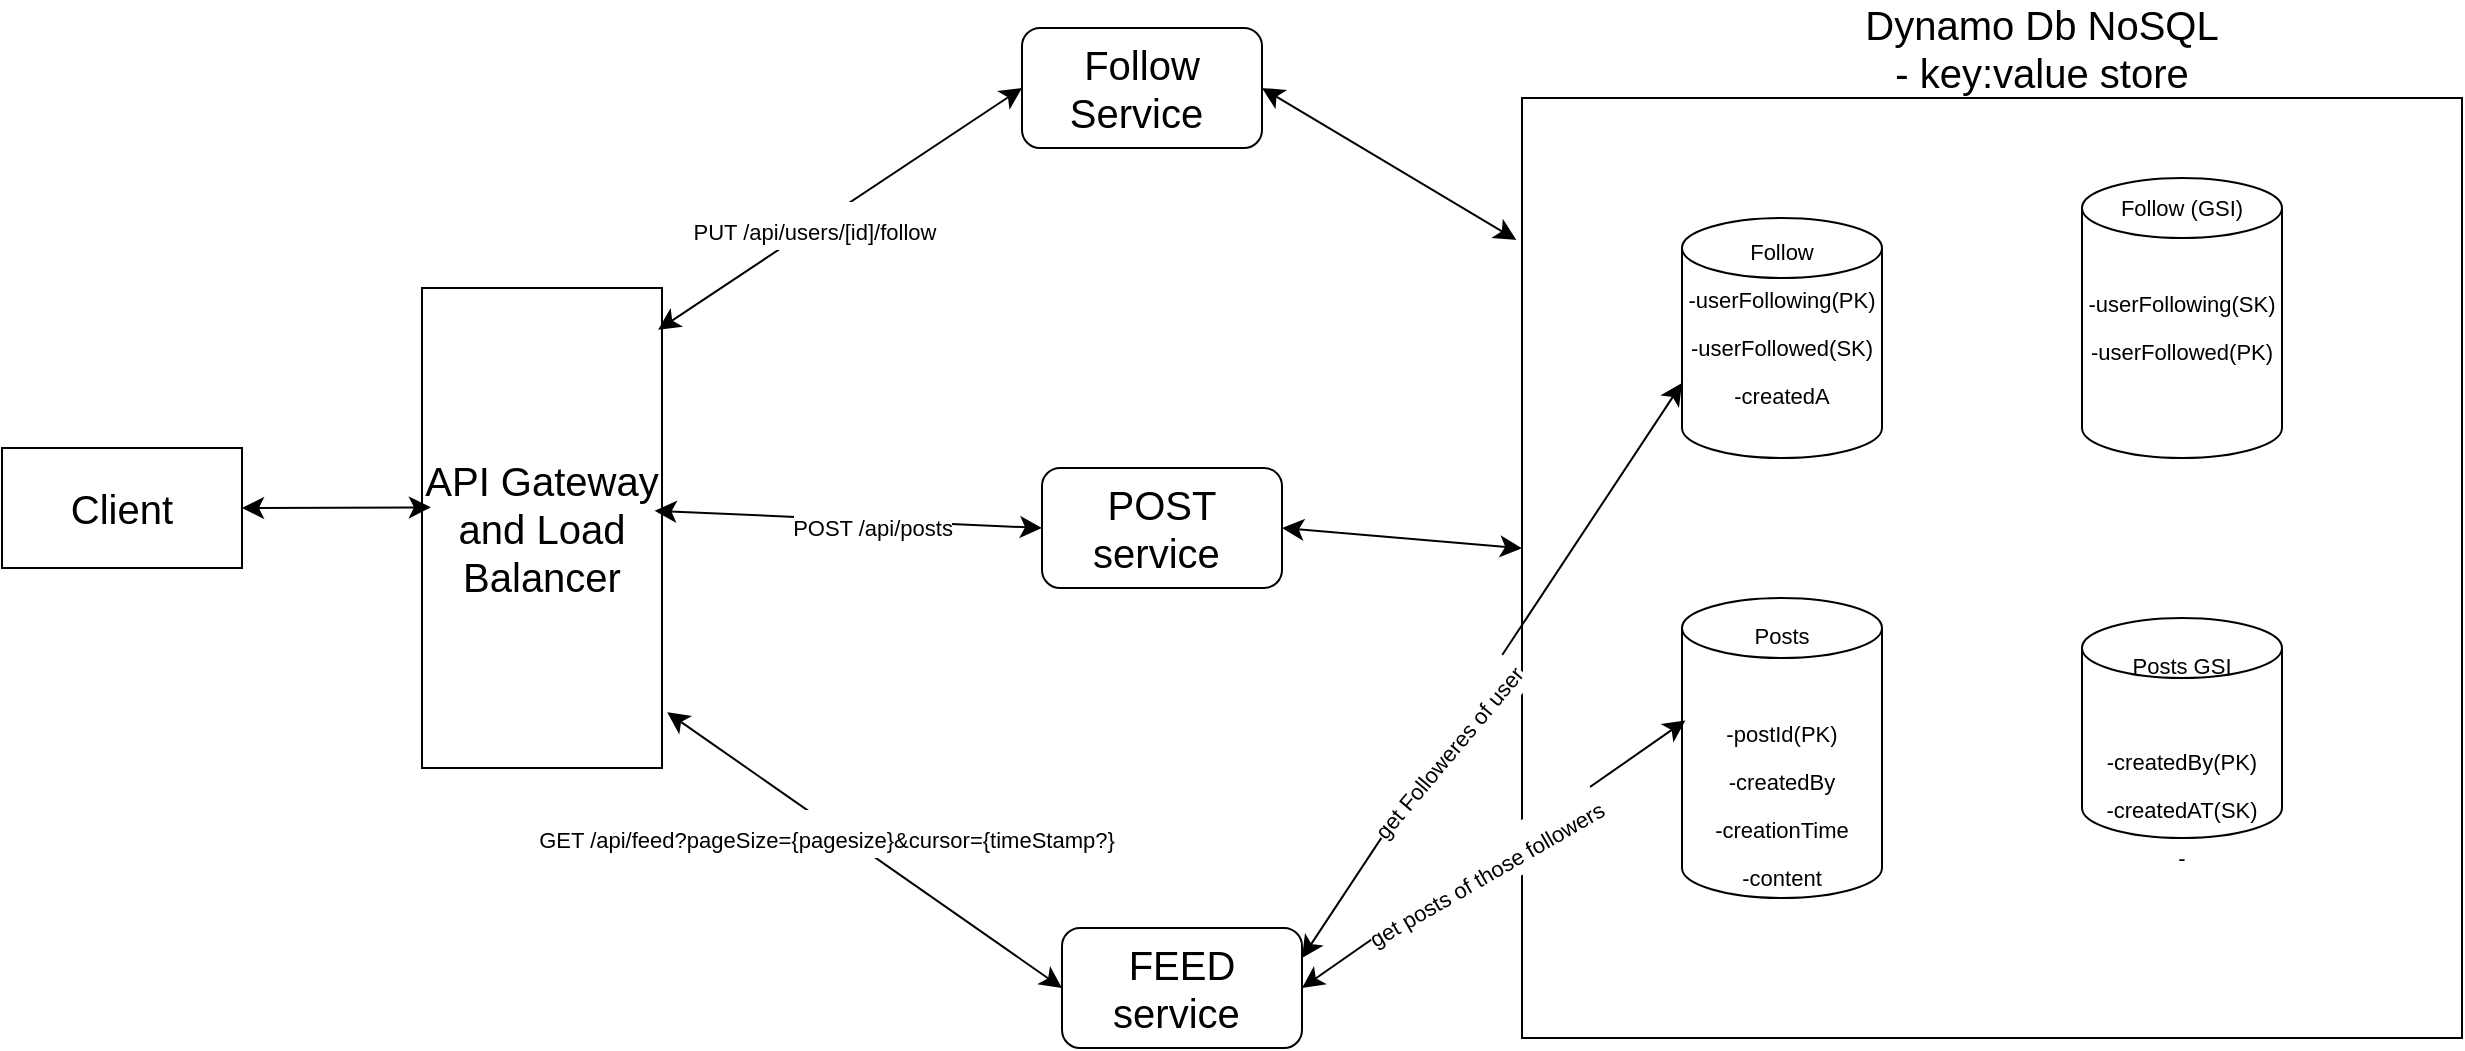
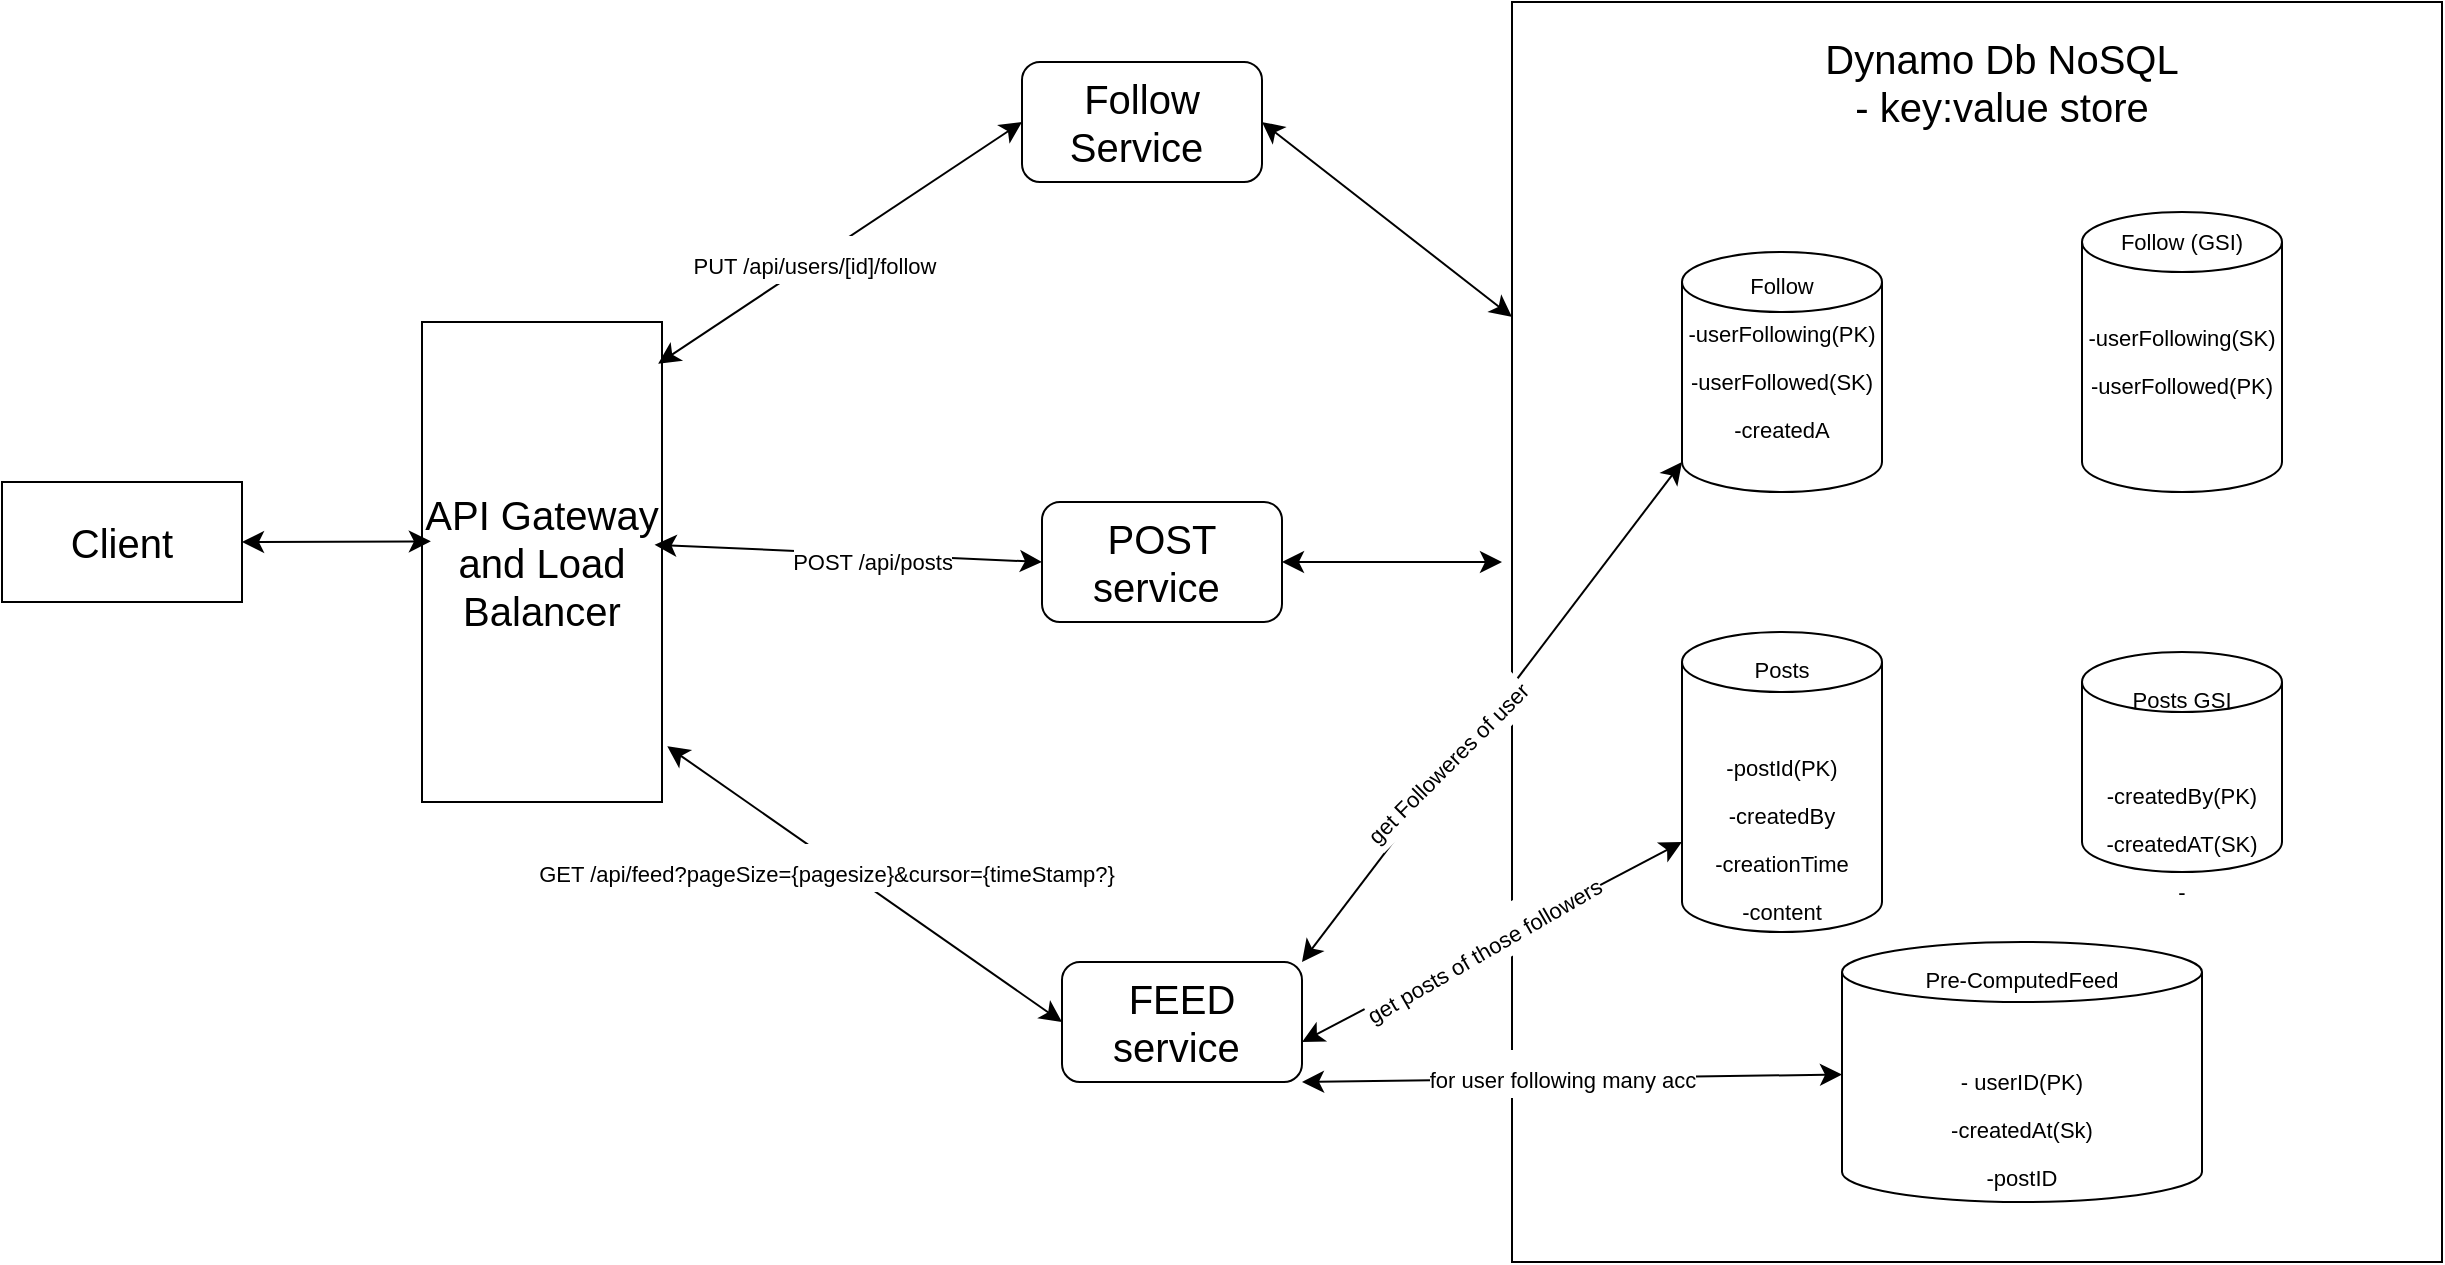
<mxfile host="app.diagrams.net">
  <diagram name="Page-1" id="RxG0eO6UkBBKH0Q4oEK4">
    <mxGraphModel dx="2052" dy="925" grid="1" gridSize="10" guides="1" tooltips="1" connect="1" arrows="1" fold="1" page="0" pageScale="1" pageWidth="850" pageHeight="1100" math="0" shadow="0">
      <root>
        <mxCell id="0" />
        <mxCell id="1" parent="0" />
        <mxCell id="PCgyEq0fViq9QOyIJcGH-1" parent="1" style="rounded=0;whiteSpace=wrap;html=1;fontSize=20;" value="Client" vertex="1">
          <mxGeometry height="60" width="120" x="-100" y="300" as="geometry" />
        </mxCell>
        <mxCell id="PCgyEq0fViq9QOyIJcGH-2" parent="1" style="rounded=0;whiteSpace=wrap;html=1;fontSize=20;" value="API Gateway and Load Balancer" vertex="1">
          <mxGeometry height="240" width="120" x="110" y="220" as="geometry" />
        </mxCell>
        <mxCell id="PCgyEq0fViq9QOyIJcGH-3" parent="1" style="rounded=1;whiteSpace=wrap;html=1;fontSize=20;" value="POST service&amp;nbsp;" vertex="1">
          <mxGeometry height="60" width="120" x="420" y="310" as="geometry" />
        </mxCell>
        <mxCell id="PCgyEq0fViq9QOyIJcGH-4" parent="1" style="rounded=1;whiteSpace=wrap;html=1;fontSize=20;" value="Follow Service&amp;nbsp;" vertex="1">
          <mxGeometry height="60" width="120" x="410" y="90" as="geometry" />
        </mxCell>
        <mxCell id="PCgyEq0fViq9QOyIJcGH-5" parent="1" style="rounded=1;whiteSpace=wrap;html=1;fontSize=20;" value="FEED service&amp;nbsp;" vertex="1">
          <mxGeometry height="60" width="120" x="430" y="540" as="geometry" />
        </mxCell>
-         <mxCell id="PCgyEq0fViq9QOyIJcGH-6" parent="1" style="whiteSpace=wrap;html=1;aspect=fixed;fontSize=20;" value="" vertex="1">
-           <mxGeometry height="470" width="470" x="660" y="125" as="geometry" />
-         </mxCell>
        <mxCell id="PCgyEq0fViq9QOyIJcGH-7" edge="1" parent="1" source="PCgyEq0fViq9QOyIJcGH-1" style="edgeStyle=none;orthogonalLoop=1;jettySize=auto;html=1;endArrow=classic;startArrow=classic;endSize=8;startSize=8;fontSize=20;entryX=0.037;entryY=0.457;entryDx=0;entryDy=0;entryPerimeter=0;exitX=1;exitY=0.5;exitDx=0;exitDy=0;" target="PCgyEq0fViq9QOyIJcGH-2" value="">
          <mxGeometry relative="1" width="100" as="geometry">
            <Array as="points" />
            <mxPoint x="20" y="340" as="sourcePoint" />
            <mxPoint x="100" y="350" as="targetPoint" />
          </mxGeometry>
+         </mxCell>
+         <mxCell id="PCgyEq0fViq9QOyIJcGH-29" parent="1" style="rounded=0;whiteSpace=wrap;html=1;fontSize=20;" value="" vertex="1">
+           <mxGeometry height="630" width="465" x="655" y="60" as="geometry" />
        </mxCell>
        <mxCell id="PCgyEq0fViq9QOyIJcGH-8" edge="1" parent="1" source="PCgyEq0fViq9QOyIJcGH-2" style="edgeStyle=none;orthogonalLoop=1;jettySize=auto;html=1;endArrow=classic;startArrow=classic;endSize=8;startSize=8;fontSize=20;exitX=0.984;exitY=0.087;exitDx=0;exitDy=0;exitPerimeter=0;entryX=0;entryY=0.5;entryDx=0;entryDy=0;" target="PCgyEq0fViq9QOyIJcGH-4" value="">
          <mxGeometry relative="1" width="100" as="geometry">
            <Array as="points" />
            <mxPoint x="240" y="250" as="sourcePoint" />
            <mxPoint x="340" y="250" as="targetPoint" />
          </mxGeometry>
        </mxCell>
        <mxCell id="PCgyEq0fViq9QOyIJcGH-12" connectable="0" parent="PCgyEq0fViq9QOyIJcGH-8" style="edgeLabel;html=1;align=center;verticalAlign=middle;resizable=0;points=[];fontSize=20;" value="&lt;font style=&quot;font-size: 11px;&quot;&gt;PUT /api/users/[id]/follow&lt;/font&gt;" vertex="1">
          <mxGeometry relative="1" x="-0.136" y="1" as="geometry">
            <mxPoint as="offset" />
          </mxGeometry>
        </mxCell>
        <mxCell id="PCgyEq0fViq9QOyIJcGH-9" edge="1" parent="1" source="PCgyEq0fViq9QOyIJcGH-2" style="edgeStyle=none;orthogonalLoop=1;jettySize=auto;html=1;endArrow=classic;startArrow=classic;endSize=8;startSize=8;fontSize=20;exitX=0.969;exitY=0.464;exitDx=0;exitDy=0;exitPerimeter=0;entryX=0;entryY=0.5;entryDx=0;entryDy=0;" target="PCgyEq0fViq9QOyIJcGH-3" value="">
          <mxGeometry relative="1" width="100" as="geometry">
            <Array as="points" />
            <mxPoint x="250" y="320" as="sourcePoint" />
            <mxPoint x="350" y="320" as="targetPoint" />
          </mxGeometry>
        </mxCell>
        <mxCell id="PCgyEq0fViq9QOyIJcGH-11" connectable="0" parent="PCgyEq0fViq9QOyIJcGH-9" style="edgeLabel;html=1;align=center;verticalAlign=middle;resizable=0;points=[];fontSize=20;" value="&lt;font style=&quot;font-size: 11px;&quot;&gt;POST /api/posts&lt;/font&gt;" vertex="1">
          <mxGeometry relative="1" x="0.1171" y="-4" as="geometry">
            <mxPoint y="-4" as="offset" />
          </mxGeometry>
        </mxCell>
        <mxCell id="PCgyEq0fViq9QOyIJcGH-10" edge="1" parent="1" source="PCgyEq0fViq9QOyIJcGH-2" style="edgeStyle=none;orthogonalLoop=1;jettySize=auto;html=1;endArrow=classic;startArrow=classic;endSize=8;startSize=8;fontSize=20;entryX=0;entryY=0.5;entryDx=0;entryDy=0;exitX=1.022;exitY=0.884;exitDx=0;exitDy=0;exitPerimeter=0;" target="PCgyEq0fViq9QOyIJcGH-5" value="">
          <mxGeometry relative="1" width="100" as="geometry">
            <Array as="points" />
            <mxPoint x="250" y="430" as="sourcePoint" />
            <mxPoint x="350" y="430" as="targetPoint" />
          </mxGeometry>
        </mxCell>
        <mxCell id="PCgyEq0fViq9QOyIJcGH-13" connectable="0" parent="PCgyEq0fViq9QOyIJcGH-10" style="edgeLabel;html=1;align=center;verticalAlign=middle;resizable=0;points=[];fontSize=20;" value="&lt;font style=&quot;font-size: 11px;&quot;&gt;GET /api/feed?pageSize={pagesize}&amp;amp;cursor={timeStamp?}&lt;/font&gt;" vertex="1">
          <mxGeometry relative="1" x="-0.177" y="-3" as="geometry">
            <mxPoint as="offset" />
          </mxGeometry>
        </mxCell>
        <mxCell id="PCgyEq0fViq9QOyIJcGH-14" parent="1" style="shape=cylinder3;whiteSpace=wrap;html=1;boundedLbl=1;backgroundOutline=1;size=15;fontSize=20;" value="&lt;font style=&quot;font-size: 11px;&quot;&gt;&lt;br&gt;-postId(PK)&lt;br&gt;-createdBy&lt;br&gt;-creationTime&lt;br&gt;-content&lt;/font&gt;" vertex="1">
          <mxGeometry height="150" width="100" x="740" y="375" as="geometry" />
        </mxCell>
        <mxCell id="PCgyEq0fViq9QOyIJcGH-15" parent="1" style="shape=cylinder3;whiteSpace=wrap;html=1;boundedLbl=1;backgroundOutline=1;size=15;fontSize=20;" value="&lt;span style=&quot;font-size: 11px;&quot;&gt;Follow&lt;br&gt;-userFollowing(PK)&lt;br&gt;-userFollowed(SK)&lt;br&gt;-createdA&lt;br&gt;&lt;br&gt;&lt;br&gt;&lt;/span&gt;" vertex="1">
          <mxGeometry height="120" width="100" x="740" y="185" as="geometry" />
        </mxCell>
        <mxCell id="PCgyEq0fViq9QOyIJcGH-17" parent="1" style="shape=cylinder3;whiteSpace=wrap;html=1;boundedLbl=1;backgroundOutline=1;size=15;fontSize=20;" value="&lt;span style=&quot;font-size: 11px;&quot;&gt;Follow (GSI)&lt;br&gt;&lt;br&gt;-userFollowing(SK)&lt;br&gt;-userFollowed(PK)&lt;br&gt;&lt;br&gt;&lt;br&gt;&lt;br&gt;&lt;/span&gt;" vertex="1">
          <mxGeometry height="140" width="100" x="940" y="165" as="geometry" />
        </mxCell>
        <mxCell id="PCgyEq0fViq9QOyIJcGH-19" parent="1" style="shape=cylinder3;whiteSpace=wrap;html=1;boundedLbl=1;backgroundOutline=1;size=15;fontSize=20;" value="&lt;font style=&quot;font-size: 11px;&quot;&gt;Posts GSI&lt;br&gt;&lt;br&gt;-createdBy(PK)&lt;br&gt;-createdAT(SK)&lt;br&gt;-&lt;/font&gt;" vertex="1">
          <mxGeometry height="110" width="100" x="940" y="385" as="geometry" />
        </mxCell>
        <mxCell id="PCgyEq0fViq9QOyIJcGH-21" parent="1" style="text;html=1;whiteSpace=wrap;strokeColor=none;fillColor=none;align=center;verticalAlign=middle;rounded=0;fontSize=20;" value="&lt;font style=&quot;font-size: 11px;&quot;&gt;Posts&lt;/font&gt;" vertex="1">
          <mxGeometry height="30" width="60" x="760" y="375" as="geometry" />
        </mxCell>
        <mxCell id="PCgyEq0fViq9QOyIJcGH-22" parent="1" style="text;html=1;whiteSpace=wrap;strokeColor=none;fillColor=none;align=center;verticalAlign=middle;rounded=0;fontSize=20;" value="Dynamo Db NoSQL - key:value store" vertex="1">
-           <mxGeometry height="30" width="180" x="830" y="85" as="geometry" />
+           <mxGeometry height="30" width="180" x="810" y="85" as="geometry" />
        </mxCell>
-         <mxCell id="PCgyEq0fViq9QOyIJcGH-23" edge="1" parent="1" source="PCgyEq0fViq9QOyIJcGH-4" style="edgeStyle=none;orthogonalLoop=1;jettySize=auto;html=1;endArrow=classic;startArrow=classic;endSize=8;startSize=8;fontSize=20;exitX=1;exitY=0.5;exitDx=0;exitDy=0;entryX=-0.006;entryY=0.151;entryDx=0;entryDy=0;entryPerimeter=0;" target="PCgyEq0fViq9QOyIJcGH-6" value="">
+         <mxCell id="PCgyEq0fViq9QOyIJcGH-23" edge="1" parent="1" source="PCgyEq0fViq9QOyIJcGH-4" style="edgeStyle=none;orthogonalLoop=1;jettySize=auto;html=1;endArrow=classic;startArrow=classic;endSize=8;startSize=8;fontSize=20;exitX=1;exitY=0.5;exitDx=0;exitDy=0;entryX=0;entryY=0.25;entryDx=0;entryDy=0;" target="PCgyEq0fViq9QOyIJcGH-29" value="">
          <mxGeometry relative="1" width="100" as="geometry">
            <Array as="points" />
            <mxPoint x="530" y="150" as="sourcePoint" />
-             <mxPoint x="630" y="150" as="targetPoint" />
+             <mxPoint x="656.4299999999998" y="214.84500000000003" as="targetPoint" />
          </mxGeometry>
        </mxCell>
-         <mxCell id="PCgyEq0fViq9QOyIJcGH-24" edge="1" parent="1" source="PCgyEq0fViq9QOyIJcGH-3" style="edgeStyle=none;orthogonalLoop=1;jettySize=auto;html=1;endArrow=classic;startArrow=classic;endSize=8;startSize=8;fontSize=20;entryX=0;entryY=0.479;entryDx=0;entryDy=0;entryPerimeter=0;exitX=1;exitY=0.5;exitDx=0;exitDy=0;" target="PCgyEq0fViq9QOyIJcGH-6" value="">
+         <mxCell id="PCgyEq0fViq9QOyIJcGH-24" edge="1" parent="1" source="PCgyEq0fViq9QOyIJcGH-3" style="edgeStyle=none;orthogonalLoop=1;jettySize=auto;html=1;endArrow=classic;startArrow=classic;endSize=8;startSize=8;fontSize=20;exitX=1;exitY=0.5;exitDx=0;exitDy=0;" value="">
          <mxGeometry relative="1" width="100" as="geometry">
            <Array as="points" />
            <mxPoint x="530" y="330" as="sourcePoint" />
-             <mxPoint x="630" y="330" as="targetPoint" />
+             <mxPoint x="650" y="340" as="targetPoint" />
          </mxGeometry>
        </mxCell>
-         <mxCell id="PCgyEq0fViq9QOyIJcGH-25" edge="1" parent="1" source="PCgyEq0fViq9QOyIJcGH-5" style="edgeStyle=none;orthogonalLoop=1;jettySize=auto;html=1;endArrow=classic;startArrow=classic;endSize=8;startSize=8;fontSize=20;exitX=1;exitY=0.25;exitDx=0;exitDy=0;entryX=0;entryY=0;entryDx=0;entryDy=82.5;entryPerimeter=0;" target="PCgyEq0fViq9QOyIJcGH-15" value="">
+         <mxCell id="PCgyEq0fViq9QOyIJcGH-25" edge="1" parent="1" source="PCgyEq0fViq9QOyIJcGH-5" style="edgeStyle=none;orthogonalLoop=1;jettySize=auto;html=1;endArrow=classic;startArrow=classic;endSize=8;startSize=8;fontSize=20;exitX=1;exitY=0;exitDx=0;exitDy=0;entryX=0;entryY=1;entryDx=0;entryDy=-15;entryPerimeter=0;" target="PCgyEq0fViq9QOyIJcGH-15" value="">
          <mxGeometry relative="1" width="100" as="geometry">
            <Array as="points" />
-             <mxPoint x="550" y="439.5" as="sourcePoint" />
-             <mxPoint x="650" y="439.5" as="targetPoint" />
+             <mxPoint x="540" y="555" as="sourcePoint" />
+             <mxPoint x="730" y="267.5" as="targetPoint" />
          </mxGeometry>
        </mxCell>
-         <mxCell id="PCgyEq0fViq9QOyIJcGH-27" connectable="0" parent="PCgyEq0fViq9QOyIJcGH-25" style="edgeLabel;html=1;align=center;verticalAlign=middle;resizable=0;points=[];fontSize=20;rotation=-50;" value="&lt;font style=&quot;font-size: 11px;&quot;&gt;get Followeres of user&lt;/font&gt;" vertex="1">
+         <mxCell id="PCgyEq0fViq9QOyIJcGH-27" connectable="0" parent="PCgyEq0fViq9QOyIJcGH-25" style="edgeLabel;html=1;align=center;verticalAlign=middle;resizable=0;points=[];fontSize=20;rotation=-45;" value="&lt;font style=&quot;font-size: 11px;&quot;&gt;get Followeres of user&lt;/font&gt;" vertex="1">
          <mxGeometry relative="1" x="-0.3012" y="3" as="geometry">
-             <mxPoint x="6" y="-3" as="offset" />
+             <mxPoint x="6" y="-13" as="offset" />
          </mxGeometry>
        </mxCell>
-         <mxCell id="PCgyEq0fViq9QOyIJcGH-26" edge="1" parent="1" source="PCgyEq0fViq9QOyIJcGH-5" style="edgeStyle=none;orthogonalLoop=1;jettySize=auto;html=1;endArrow=classic;startArrow=classic;endSize=8;startSize=8;fontSize=20;entryX=0.017;entryY=0.408;entryDx=0;entryDy=0;entryPerimeter=0;exitX=1;exitY=0.5;exitDx=0;exitDy=0;" target="PCgyEq0fViq9QOyIJcGH-14" value="">
+         <mxCell id="PCgyEq0fViq9QOyIJcGH-26" edge="1" parent="1" source="PCgyEq0fViq9QOyIJcGH-5" style="edgeStyle=none;orthogonalLoop=1;jettySize=auto;html=1;endArrow=classic;startArrow=classic;endSize=8;startSize=8;fontSize=20;entryX=0;entryY=0;entryDx=0;entryDy=105;entryPerimeter=0;exitX=1;exitY=0.667;exitDx=0;exitDy=0;exitPerimeter=0;" target="PCgyEq0fViq9QOyIJcGH-14" value="">
          <mxGeometry relative="1" width="100" as="geometry">
            <Array as="points" />
-             <mxPoint x="580" y="530" as="sourcePoint" />
-             <mxPoint x="680" y="530" as="targetPoint" />
+             <mxPoint x="548.3" y="570" as="sourcePoint" />
+             <mxPoint x="740.0000000000002" y="436.20000000000005" as="targetPoint" />
          </mxGeometry>
        </mxCell>
        <mxCell id="PCgyEq0fViq9QOyIJcGH-28" connectable="0" parent="PCgyEq0fViq9QOyIJcGH-26" style="edgeLabel;html=1;align=center;verticalAlign=middle;resizable=0;points=[];fontSize=20;rotation=-30;" value="&lt;font style=&quot;font-size: 11px;&quot;&gt;get posts of those followers&lt;/font&gt;" vertex="1">
          <mxGeometry relative="1" x="-0.3238" as="geometry">
            <mxPoint x="25" y="-15" as="offset" />
          </mxGeometry>
        </mxCell>
+         <mxCell id="PCgyEq0fViq9QOyIJcGH-32" parent="1" style="shape=cylinder3;whiteSpace=wrap;html=1;boundedLbl=1;backgroundOutline=1;size=15;fontSize=20;" value="&lt;font style=&quot;font-size: 11px;&quot;&gt;&lt;br&gt;- userID(PK)&lt;br&gt;-createdAt(Sk)&lt;br&gt;-postID&lt;/font&gt;" vertex="1">
+           <mxGeometry height="130" width="180" x="820" y="530" as="geometry" />
+         </mxCell>
+         <mxCell id="PCgyEq0fViq9QOyIJcGH-33" parent="1" style="text;html=1;whiteSpace=wrap;strokeColor=none;fillColor=none;align=center;verticalAlign=middle;rounded=0;fontSize=20;" value="&lt;span style=&quot;font-size: 11px;&quot;&gt;Pre-ComputedFeed&lt;/span&gt;" vertex="1">
+           <mxGeometry height="30" width="160" x="830" y="530" as="geometry" />
+         </mxCell>
+         <mxCell id="PCgyEq0fViq9QOyIJcGH-35" edge="1" parent="1" source="PCgyEq0fViq9QOyIJcGH-5" style="edgeStyle=none;orthogonalLoop=1;jettySize=auto;html=1;endArrow=classic;startArrow=classic;endSize=8;startSize=8;fontSize=20;exitX=1;exitY=1;exitDx=0;exitDy=0;" target="PCgyEq0fViq9QOyIJcGH-32" value="">
+           <mxGeometry relative="1" width="100" as="geometry">
+             <Array as="points" />
+             <mxPoint x="540" y="660" as="sourcePoint" />
+             <mxPoint x="640" y="660" as="targetPoint" />
+           </mxGeometry>
+         </mxCell>
+         <mxCell id="PCgyEq0fViq9QOyIJcGH-36" connectable="0" parent="PCgyEq0fViq9QOyIJcGH-35" style="edgeLabel;html=1;align=center;verticalAlign=middle;resizable=0;points=[];fontSize=20;" value="&lt;font style=&quot;font-size: 11px;&quot;&gt;for user following many acc&lt;/font&gt;" vertex="1">
+           <mxGeometry relative="1" x="-0.2928" as="geometry">
+             <mxPoint x="34" y="-4" as="offset" />
+           </mxGeometry>
+         </mxCell>
      </root>
    </mxGraphModel>
  </diagram>
</mxfile>
